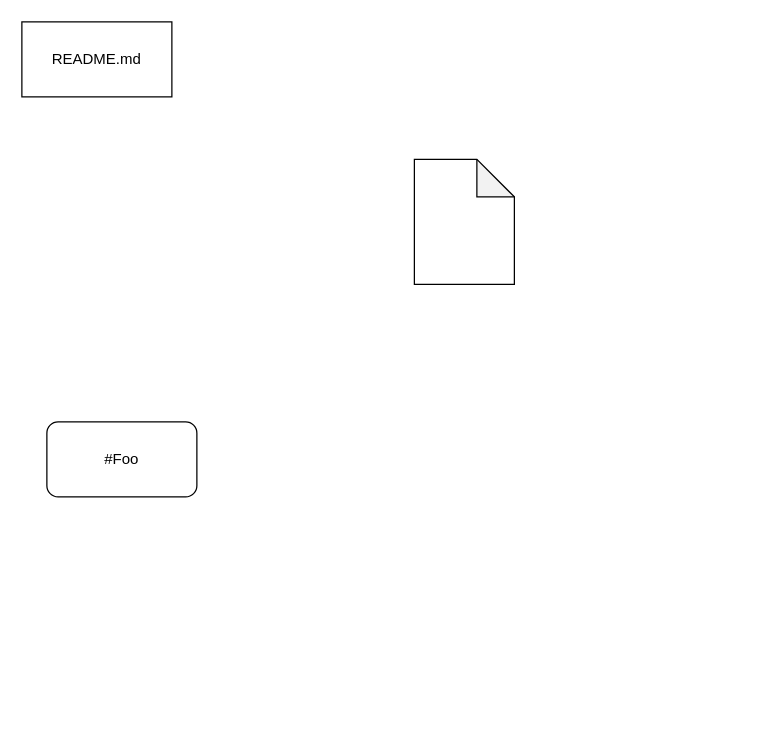
Before: page "Page-1" (1 of 2) of examples/linking/main.dio in hediet/vscode-drawio, a draw.io diagram. Source tidied: cells renumbered, new cells numbered last; positions are measured from the earlier drawing's top-left corner, leaving out a move shared by most shapes. Both pictures are drawn from the tidied source at 125%, with x=0, y=0 at pixel (21, 21).
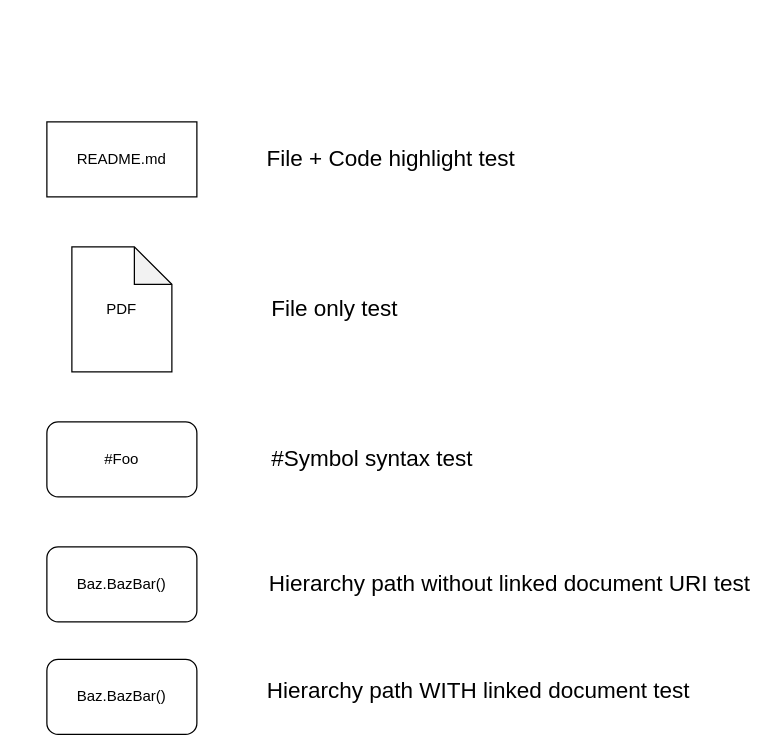
The same page after the edit.

Commit message (it also covers changes not shown here):
Added ability to link symbols without document URI

The edit, as a diff of the source:
```diff
@@
 <mxGraphModel>
   <root>
     <mxCell id="0" />
     <mxCell id="1" parent="0" />
     <mxCell id="2" value="README.md" style="rounded=0;whiteSpace=wrap;html=1;" parent="1" vertex="1">
-      <mxGeometry width="120" height="60" as="geometry" />
+      <mxGeometry x="20" y="80" width="120" height="60" as="geometry" />
     </mxCell>
-    <mxCell id="3" style="shape=note;whiteSpace=wrap;html=1;backgroundOutline=1;darkOpacity=0.05;" parent="1" vertex="1">
-      <mxGeometry x="314" y="110" width="80" height="100" as="geometry" />
+    <mxCell id="3" value="PDF" style="shape=note;whiteSpace=wrap;html=1;backgroundOutline=1;darkOpacity=0.05;" parent="1" vertex="1">
+      <mxGeometry x="40" y="180" width="80" height="100" as="geometry" />
     </mxCell>
     <mxCell id="4" value="#Foo" style="rounded=1;whiteSpace=wrap;html=1;" parent="1" vertex="1">
       <mxGeometry x="20" y="320" width="120" height="60" as="geometry" />
     </mxCell>
+    <mxCell id="5" value="Baz.BazBar()" style="rounded=1;whiteSpace=wrap;html=1;" parent="1" vertex="1">
+      <mxGeometry x="20" y="420" width="120" height="60" as="geometry" />
+    </mxCell>
+    <mxCell id="6" value="File + Code highlight test" style="text;html=1;align=center;verticalAlign=middle;strokeColor=none;fillColor=none;fontSize=18;fontFamily=Helvetica;fontColor=default;" parent="1" vertex="1">
+      <mxGeometry x="190" y="95" width="210" height="30" as="geometry" />
+    </mxCell>
+    <mxCell id="7" value="File only test" style="text;html=1;align=center;verticalAlign=middle;strokeColor=none;fillColor=none;fontSize=18;fontFamily=Helvetica;fontColor=default;" parent="1" vertex="1">
+      <mxGeometry x="190" y="215" width="120" height="30" as="geometry" />
+    </mxCell>
+    <mxCell id="8" value="#Symbol syntax test" style="text;html=1;align=center;verticalAlign=middle;strokeColor=none;fillColor=none;fontSize=18;fontFamily=Helvetica;fontColor=default;" parent="1" vertex="1">
+      <mxGeometry x="190" y="335" width="180" height="30" as="geometry" />
+    </mxCell>
+    <mxCell id="9" value="Hierarchy path without linked document URI test" style="text;html=1;align=center;verticalAlign=middle;strokeColor=none;fillColor=none;fontSize=18;fontFamily=Helvetica;fontColor=default;" parent="1" vertex="1">
+      <mxGeometry x="190" y="435" width="400" height="30" as="geometry" />
+    </mxCell>
+    <mxCell id="10" value="Baz.BazBar()" style="rounded=1;whiteSpace=wrap;html=1;" parent="1" vertex="1">
+      <mxGeometry x="20" y="510" width="120" height="60" as="geometry" />
+    </mxCell>
+    <mxCell id="11" value="Hierarchy path WITH linked document test" style="text;html=1;align=center;verticalAlign=middle;strokeColor=none;fillColor=none;fontSize=18;fontFamily=Helvetica;fontColor=default;" parent="1" vertex="1">
+      <mxGeometry x="190" y="520" width="350" height="30" as="geometry" />
+    </mxCell>
   </root>
 </mxGraphModel>
```
